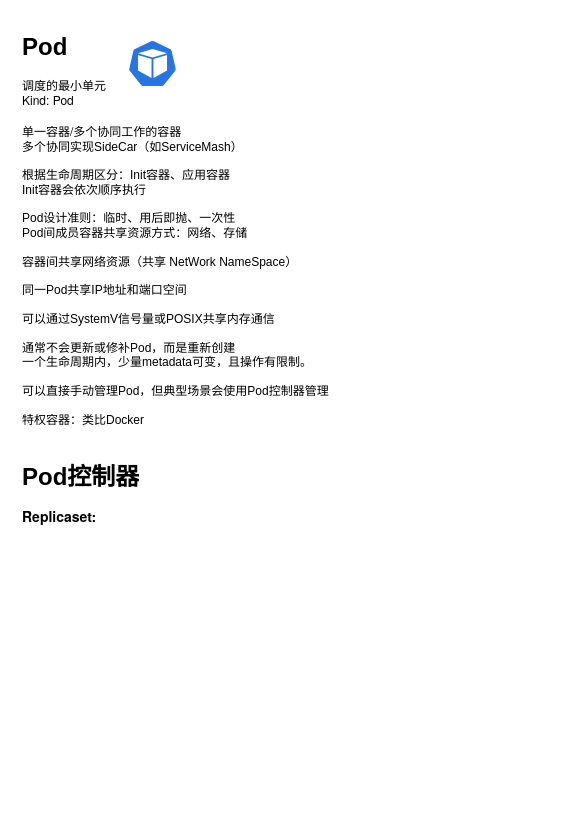
This is K8s.drawio from dextercai/dextercai, a draw.io file, before an edit. Source tidied: cells renumbered, new cells numbered last; positions are measured from the earlier drawing's top-left corner, leaving out a move shared by most shapes. Both pictures are drawn from the tidied source at 100%, with x=0, y=0 at pixel (17, 27).
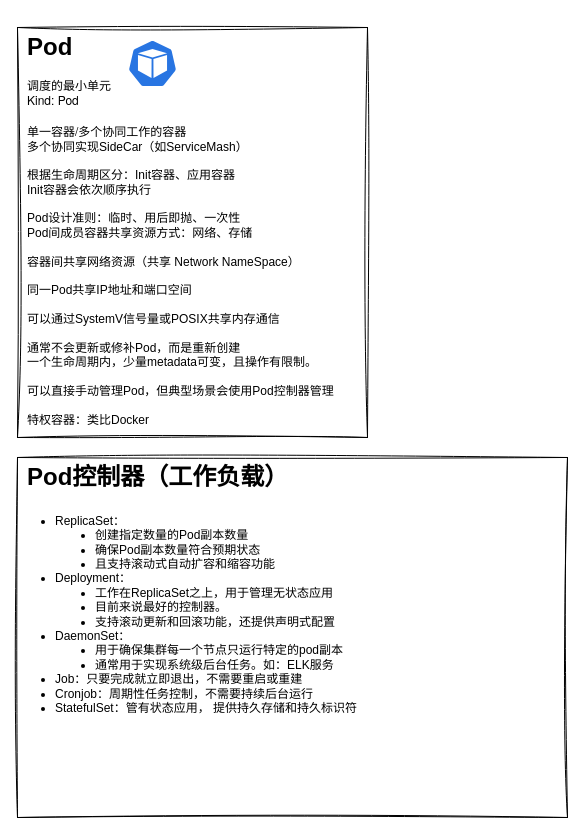
The same page after the edit.

What changed in the source:
```diff
@@
 <mxGraphModel>
   <root>
     <mxCell id="0" />
     <mxCell id="1" parent="0" />
-    <mxCell id="2" value="&lt;h1&gt;Pod控制器&lt;/h1&gt;&lt;p&gt;&lt;strong style=&quot;margin: 0px; padding: 0px; font-family: &amp;quot;PingFang SC&amp;quot;, &amp;quot;Microsoft YaHei&amp;quot;, &amp;quot;Helvetica Neue&amp;quot;, Helvetica, Arial, sans-serif; font-size: 14px;&quot;&gt;Replicaset:&amp;nbsp;&lt;/strong&gt;&lt;br&gt;&lt;/p&gt;" style="text;html=1;strokeColor=none;fillColor=none;spacing=5;spacingTop=-20;whiteSpace=wrap;overflow=hidden;rounded=0;" parent="1" vertex="1">
-      <mxGeometry y="430" width="190" height="120" as="geometry" />
+    <mxCell id="2" value="&lt;h1&gt;Pod控制器（工作负载）&lt;/h1&gt;&lt;ul style=&quot;margin: 22px 0px; padding: 0px 0px 0px 28px; border: 0px; vertical-align: baseline; box-sizing: border-box; list-style-position: initial; list-style-image: initial; font-family: UbuntuMono, &amp;quot;Varela Round&amp;quot;, &amp;quot;PingFang SC&amp;quot;, &amp;quot;Microsoft YaHei&amp;quot;, Helvetica, Arial, Menlo, Monaco, monospace, sans-serif;&quot;&gt;&lt;li style=&quot;margin: 0px; padding: 0px; border: 0px; vertical-align: baseline; box-sizing: border-box; list-style-type: disc;&quot;&gt;ReplicaSet：&lt;/li&gt;&lt;ul&gt;&lt;li style=&quot;margin: 0px; padding: 0px; border: 0px; vertical-align: baseline; box-sizing: border-box; list-style-type: disc;&quot;&gt;创建指定数量的Pod副本数量&lt;/li&gt;&lt;li style=&quot;margin: 0px; padding: 0px; border: 0px; vertical-align: baseline; box-sizing: border-box; list-style-type: disc;&quot;&gt;确保Pod副本数量符合预期状态&lt;/li&gt;&lt;li style=&quot;margin: 0px; padding: 0px; border: 0px; vertical-align: baseline; box-sizing: border-box; list-style-type: disc;&quot;&gt;且支持滚动式自动扩容和缩容功能&lt;/li&gt;&lt;/ul&gt;&lt;li style=&quot;margin: 0px; padding: 0px; border: 0px; vertical-align: baseline; box-sizing: border-box; list-style-type: disc;&quot;&gt;Deployment：&lt;/li&gt;&lt;ul&gt;&lt;li style=&quot;margin: 0px; padding: 0px; border: 0px; vertical-align: baseline; box-sizing: border-box; list-style-type: disc;&quot;&gt;工作在ReplicaSet之上，用于管理无状态应用&lt;/li&gt;&lt;li style=&quot;margin: 0px; padding: 0px; border: 0px; vertical-align: baseline; box-sizing: border-box; list-style-type: disc;&quot;&gt;目前来说最好的控制器。&lt;/li&gt;&lt;li style=&quot;margin: 0px; padding: 0px; border: 0px; vertical-align: baseline; box-sizing: border-box; list-style-type: disc;&quot;&gt;支持滚动更新和回滚功能，还提供声明式配置&lt;/li&gt;&lt;/ul&gt;&lt;li style=&quot;margin: 0px; padding: 0px; border: 0px; vertical-align: baseline; box-sizing: border-box; list-style-type: disc;&quot;&gt;DaemonSet：&lt;/li&gt;&lt;ul&gt;&lt;li style=&quot;margin: 0px; padding: 0px; border: 0px; vertical-align: baseline; box-sizing: border-box; list-style-type: disc;&quot;&gt;用于确保集群每一个节点只运行特定的pod副本&lt;/li&gt;&lt;li style=&quot;margin: 0px; padding: 0px; border: 0px; vertical-align: baseline; box-sizing: border-box; list-style-type: disc;&quot;&gt;通常用于实现系统级后台任务。如：ELK服务&lt;/li&gt;&lt;/ul&gt;&lt;li style=&quot;margin: 0px; padding: 0px; border: 0px; vertical-align: baseline; box-sizing: border-box; list-style-type: disc;&quot;&gt;Job：只要完成就立即退出，不需要重启或重建&lt;/li&gt;&lt;li style=&quot;margin: 0px; padding: 0px; border: 0px; vertical-align: baseline; box-sizing: border-box; list-style-type: disc;&quot;&gt;Cronjob：周期性任务控制，不需要持续后台运行&lt;/li&gt;&lt;li style=&quot;margin: 0px; padding: 0px; border: 0px; vertical-align: baseline; box-sizing: border-box; list-style-type: disc;&quot;&gt;StatefulSet：管有状态应用，&amp;nbsp;提供持久存储和持久标识符&lt;/li&gt;&lt;/ul&gt;" style="text;html=1;strokeColor=default;fillColor=none;spacing=5;spacingTop=-20;whiteSpace=wrap;overflow=hidden;rounded=0;sketch=1;curveFitting=1;jiggle=2;spacingLeft=5;spacingBottom=5;spacingRight=5;fontColor=default;labelBackgroundColor=none;" parent="1" vertex="1">
+      <mxGeometry y="430" width="550" height="360" as="geometry" />
     </mxCell>
-    <mxCell id="3" value="&lt;h1&gt;&lt;span style=&quot;&quot;&gt; &lt;/span&gt;&lt;font style=&quot;font-size: 24px;&quot;&gt;&lt;span style=&quot;&quot;&gt; &lt;/span&gt;Pod&lt;/font&gt;&lt;strong style=&quot;margin: 0px; padding: 0px; font-family: &amp;quot;PingFang SC&amp;quot;, &amp;quot;Microsoft YaHei&amp;quot;, &amp;quot;Helvetica Neue&amp;quot;, Helvetica, Arial, sans-serif; font-size: 14px;&quot;&gt;&amp;nbsp;&lt;/strong&gt;&lt;/h1&gt;&lt;div style=&quot;&quot;&gt;&lt;font style=&quot;font-size: 12px;&quot; face=&quot;PingFang SC, Microsoft YaHei, Helvetica Neue, Helvetica, Arial, sans-serif&quot;&gt;调度的最小单元&lt;/font&gt;&lt;/div&gt;&lt;div style=&quot;&quot;&gt;&lt;font style=&quot;font-size: 12px;&quot; face=&quot;PingFang SC, Microsoft YaHei, Helvetica Neue, Helvetica, Arial, sans-serif&quot;&gt;Kind: Pod&lt;/font&gt;&lt;/div&gt;&lt;div style=&quot;&quot;&gt;&lt;font style=&quot;font-size: 12px;&quot; face=&quot;PingFang SC, Microsoft YaHei, Helvetica Neue, Helvetica, Arial, sans-serif&quot;&gt;&lt;br&gt;&lt;/font&gt;&lt;/div&gt;&lt;div style=&quot;&quot;&gt;&lt;font style=&quot;font-size: 12px;&quot; face=&quot;PingFang SC, Microsoft YaHei, Helvetica Neue, Helvetica, Arial, sans-serif&quot;&gt;单一容器/多个协同工作的容器&lt;/font&gt;&lt;/div&gt;&lt;div style=&quot;&quot;&gt;&lt;font style=&quot;font-size: 12px;&quot;&gt;多个协同实现SideCar（如ServiceMash）&lt;/font&gt;&lt;/div&gt;&lt;div&gt;&lt;br&gt;&lt;/div&gt;&lt;div&gt;根据生命周期区分：Init容器、应用容器&lt;/div&gt;&lt;div&gt;Init容器会依次顺序执行&lt;/div&gt;&lt;div&gt;&lt;br&gt;&lt;/div&gt;&lt;div&gt;Pod设计准则：临时、用后即抛、一次性&lt;/div&gt;&lt;div&gt;Pod间成员容器共享资源方式：网络、存储&lt;/div&gt;&lt;div&gt;&lt;br&gt;&lt;/div&gt;&lt;div&gt;容器间&lt;span style=&quot;background-color: initial;&quot;&gt;共享网络资源&lt;/span&gt;&lt;span style=&quot;background-color: initial;&quot;&gt;（共享 NetWork NameSpace）&lt;/span&gt;&lt;/div&gt;&lt;div&gt;&lt;span style=&quot;background-color: initial;&quot;&gt;&lt;br&gt;&lt;/span&gt;&lt;/div&gt;&lt;div&gt;&lt;span style=&quot;background-color: initial;&quot;&gt;同一Pod共享IP地址和端口空间&lt;/span&gt;&lt;/div&gt;&lt;div&gt;&lt;span style=&quot;background-color: initial;&quot;&gt;&lt;br&gt;&lt;/span&gt;&lt;/div&gt;&lt;div&gt;&lt;span style=&quot;background-color: initial;&quot;&gt;可以通过SystemV信号量或POSIX共享内存通信&lt;/span&gt;&lt;/div&gt;&lt;div&gt;&lt;span style=&quot;background-color: initial;&quot;&gt;&lt;br&gt;&lt;/span&gt;&lt;/div&gt;&lt;div&gt;通常不会更新或修补Pod，而是重新创建&lt;/div&gt;&lt;div&gt;一个生命周期内，少量metadata可变，且操作有限制。&lt;/div&gt;&lt;div&gt;&lt;br&gt;&lt;/div&gt;&lt;div&gt;可以直接手动管理Pod，但典型场景会使用Pod控制器管理&lt;/div&gt;&lt;div&gt;&lt;br&gt;&lt;/div&gt;&lt;div&gt;特权容器：类比Docker&lt;/div&gt;" style="text;html=1;strokeColor=none;fillColor=none;spacing=5;spacingTop=-20;whiteSpace=wrap;overflow=hidden;rounded=0;labelBackgroundColor=none;labelBorderColor=none;verticalAlign=top;horizontal=1;align=left;fontStyle=0;labelPosition=center;verticalLabelPosition=middle;" parent="1" vertex="1">
-      <mxGeometry width="320" height="420" as="geometry" />
+    <mxCell id="3" value="&lt;h1&gt;&lt;span style=&quot;&quot;&gt; &lt;/span&gt;&lt;font style=&quot;font-size: 24px;&quot;&gt;&lt;span style=&quot;&quot;&gt; &lt;/span&gt;Pod&lt;/font&gt;&lt;strong style=&quot;margin: 0px; padding: 0px; font-family: &amp;quot;PingFang SC&amp;quot;, &amp;quot;Microsoft YaHei&amp;quot;, &amp;quot;Helvetica Neue&amp;quot;, Helvetica, Arial, sans-serif; font-size: 14px;&quot;&gt;&amp;nbsp;&lt;/strong&gt;&lt;/h1&gt;&lt;div style=&quot;&quot;&gt;&lt;font style=&quot;font-size: 12px;&quot; face=&quot;PingFang SC, Microsoft YaHei, Helvetica Neue, Helvetica, Arial, sans-serif&quot;&gt;调度的最小单元&lt;/font&gt;&lt;/div&gt;&lt;div style=&quot;&quot;&gt;&lt;font style=&quot;font-size: 12px;&quot; face=&quot;PingFang SC, Microsoft YaHei, Helvetica Neue, Helvetica, Arial, sans-serif&quot;&gt;Kind: Pod&lt;/font&gt;&lt;/div&gt;&lt;div style=&quot;&quot;&gt;&lt;font style=&quot;font-size: 12px;&quot; face=&quot;PingFang SC, Microsoft YaHei, Helvetica Neue, Helvetica, Arial, sans-serif&quot;&gt;&lt;br&gt;&lt;/font&gt;&lt;/div&gt;&lt;div style=&quot;&quot;&gt;&lt;font style=&quot;font-size: 12px;&quot; face=&quot;PingFang SC, Microsoft YaHei, Helvetica Neue, Helvetica, Arial, sans-serif&quot;&gt;单一容器/多个协同工作的容器&lt;/font&gt;&lt;/div&gt;&lt;div style=&quot;&quot;&gt;&lt;font style=&quot;font-size: 12px;&quot;&gt;多个协同实现SideCar（如ServiceMash）&lt;/font&gt;&lt;/div&gt;&lt;div&gt;&lt;br&gt;&lt;/div&gt;&lt;div&gt;根据生命周期区分：Init容器、应用容器&lt;/div&gt;&lt;div&gt;Init容器会依次顺序执行&lt;/div&gt;&lt;div&gt;&lt;br&gt;&lt;/div&gt;&lt;div&gt;Pod设计准则：临时、用后即抛、一次性&lt;/div&gt;&lt;div&gt;Pod间成员容器共享资源方式：网络、存储&lt;/div&gt;&lt;div&gt;&lt;br&gt;&lt;/div&gt;&lt;div&gt;容器间&lt;span style=&quot;background-color: initial;&quot;&gt;共享网络资源&lt;/span&gt;&lt;span style=&quot;background-color: initial;&quot;&gt;（共享 Network NameSpace）&lt;/span&gt;&lt;/div&gt;&lt;div&gt;&lt;span style=&quot;background-color: initial;&quot;&gt;&lt;br&gt;&lt;/span&gt;&lt;/div&gt;&lt;div&gt;&lt;span style=&quot;background-color: initial;&quot;&gt;同一Pod共享IP地址和端口空间&lt;/span&gt;&lt;/div&gt;&lt;div&gt;&lt;span style=&quot;background-color: initial;&quot;&gt;&lt;br&gt;&lt;/span&gt;&lt;/div&gt;&lt;div&gt;&lt;span style=&quot;background-color: initial;&quot;&gt;可以通过SystemV信号量或POSIX共享内存通信&lt;/span&gt;&lt;/div&gt;&lt;div&gt;&lt;span style=&quot;background-color: initial;&quot;&gt;&lt;br&gt;&lt;/span&gt;&lt;/div&gt;&lt;div&gt;通常不会更新或修补Pod，而是重新创建&lt;/div&gt;&lt;div&gt;一个生命周期内，少量metadata可变，且操作有限制。&lt;/div&gt;&lt;div&gt;&lt;br&gt;&lt;/div&gt;&lt;div&gt;可以直接手动管理Pod，但典型场景会使用Pod控制器管理&lt;/div&gt;&lt;div&gt;&lt;br&gt;&lt;/div&gt;&lt;div&gt;特权容器：类比Docker&lt;/div&gt;" style="text;html=1;strokeColor=default;fillColor=none;spacing=5;spacingTop=-20;whiteSpace=wrap;overflow=hidden;rounded=0;labelBackgroundColor=none;labelBorderColor=none;verticalAlign=top;horizontal=1;align=left;fontStyle=0;labelPosition=center;verticalLabelPosition=middle;shadow=0;sketch=1;curveFitting=1;jiggle=2;spacingLeft=5;spacingRight=5;spacingBottom=5;" parent="1" vertex="1">
+      <mxGeometry width="350" height="410" as="geometry" />
     </mxCell>
     <mxCell id="4" style="sketch=0;html=1;dashed=0;whitespace=wrap;fillColor=#2875E2;strokeColor=#ffffff;shape=mxgraph.kubernetes.icon;prIcon=pod;labelBackgroundColor=none;fontColor=#000000;" parent="1" vertex="1">
       <mxGeometry x="110" y="12" width="50" height="48" as="geometry" />
     </mxCell>
   </root>
 </mxGraphModel>
```
